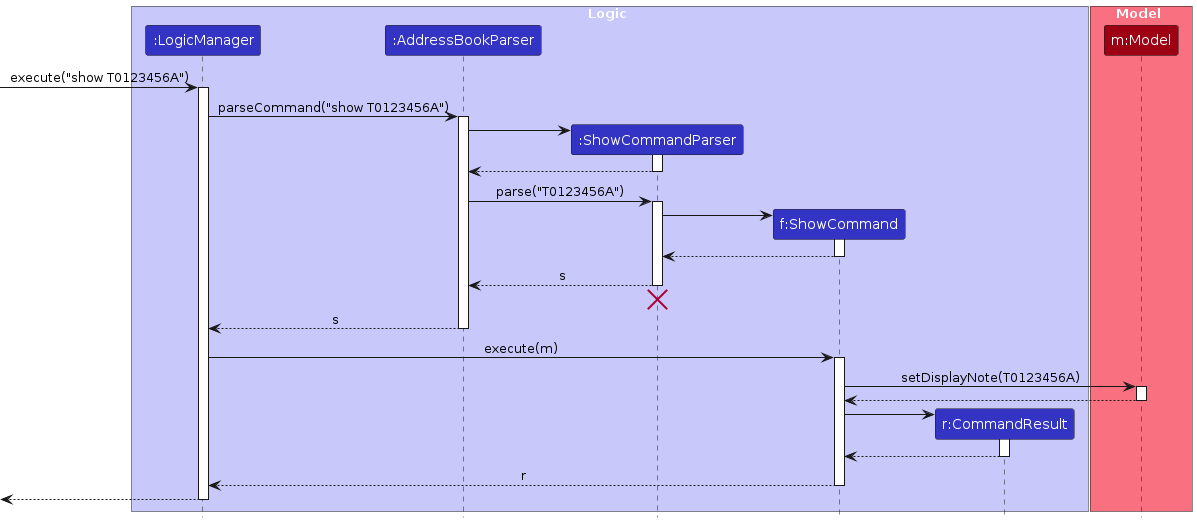
Earlier version of the PlantUML export diagrams/ShowSequenceDiagram.png (Jayne1010/tp). Its source is kept beside it as diagrams/ShowSequenceDiagram.puml.
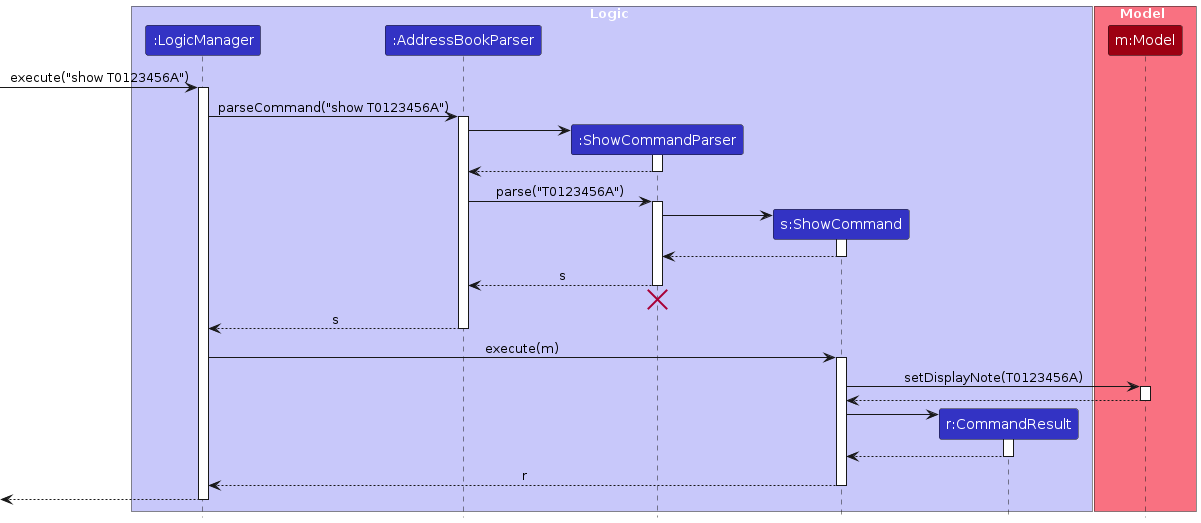
After the commit.

What changed in the source:
```diff
@@ -6,7 +6,7 @@
 participant ":LogicManager" as LogicManager LOGIC_COLOR
 participant ":AddressBookParser" as AddressBookParser LOGIC_COLOR
 participant ":ShowCommandParser" as ShowCommandParser LOGIC_COLOR
-participant "f:ShowCommand" as ShowCommand LOGIC_COLOR
+participant "s:ShowCommand" as ShowCommand LOGIC_COLOR
 participant "r:CommandResult" as CommandResult LOGIC_COLOR
 end box
 
```
